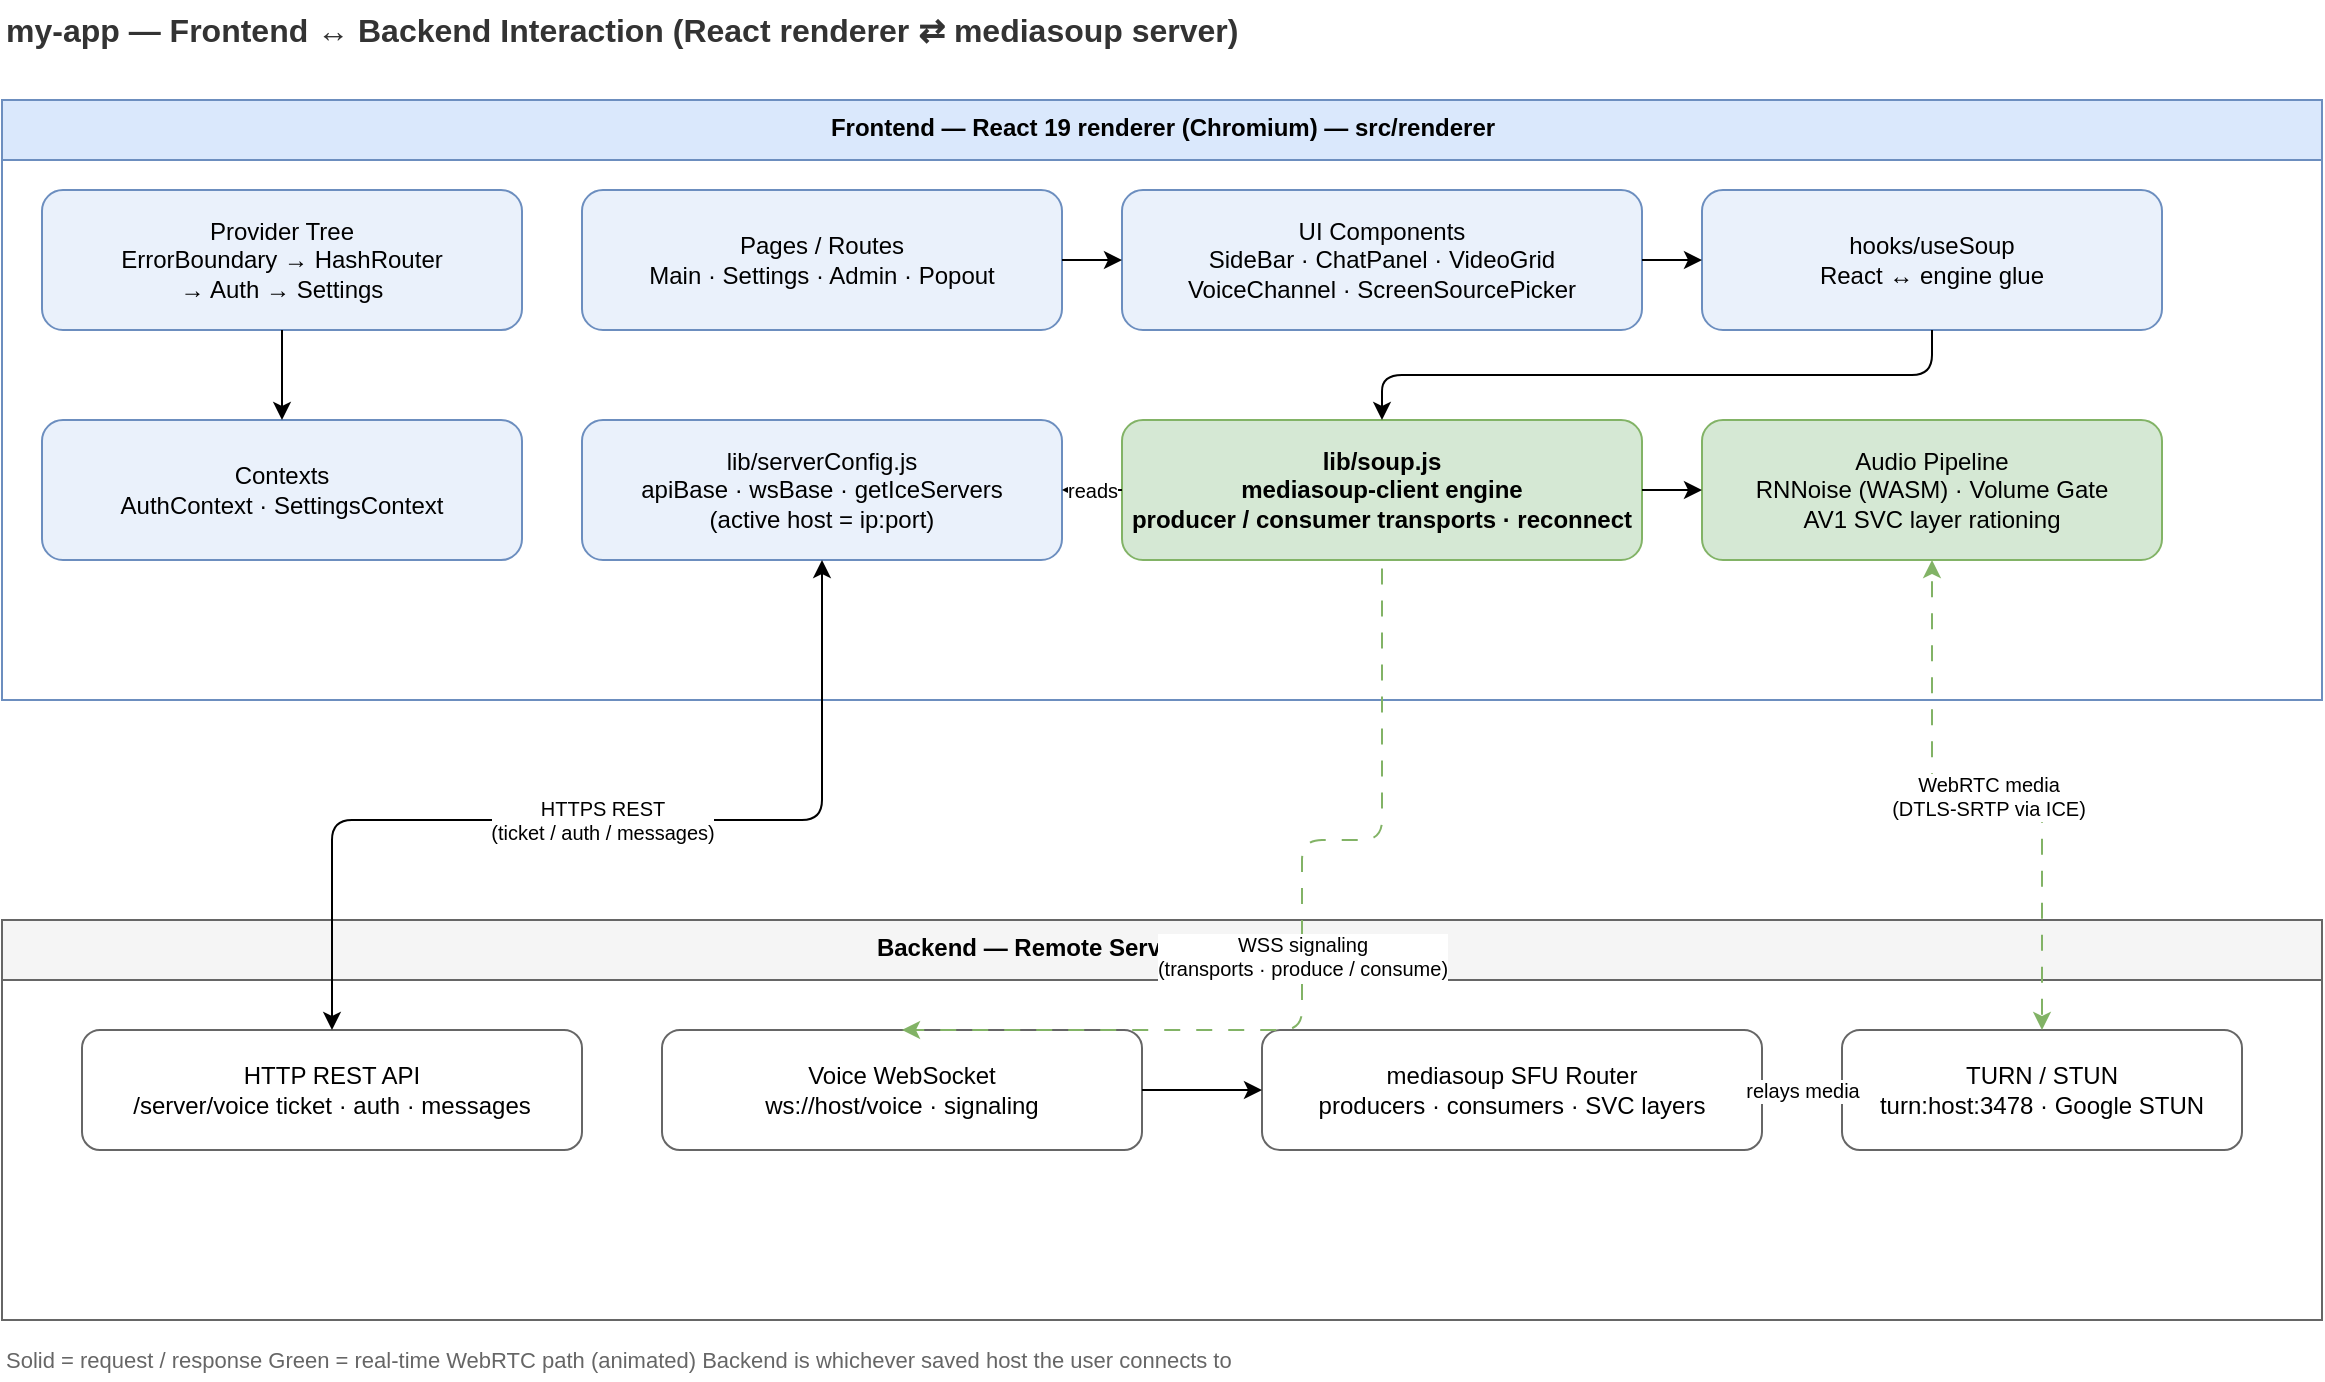
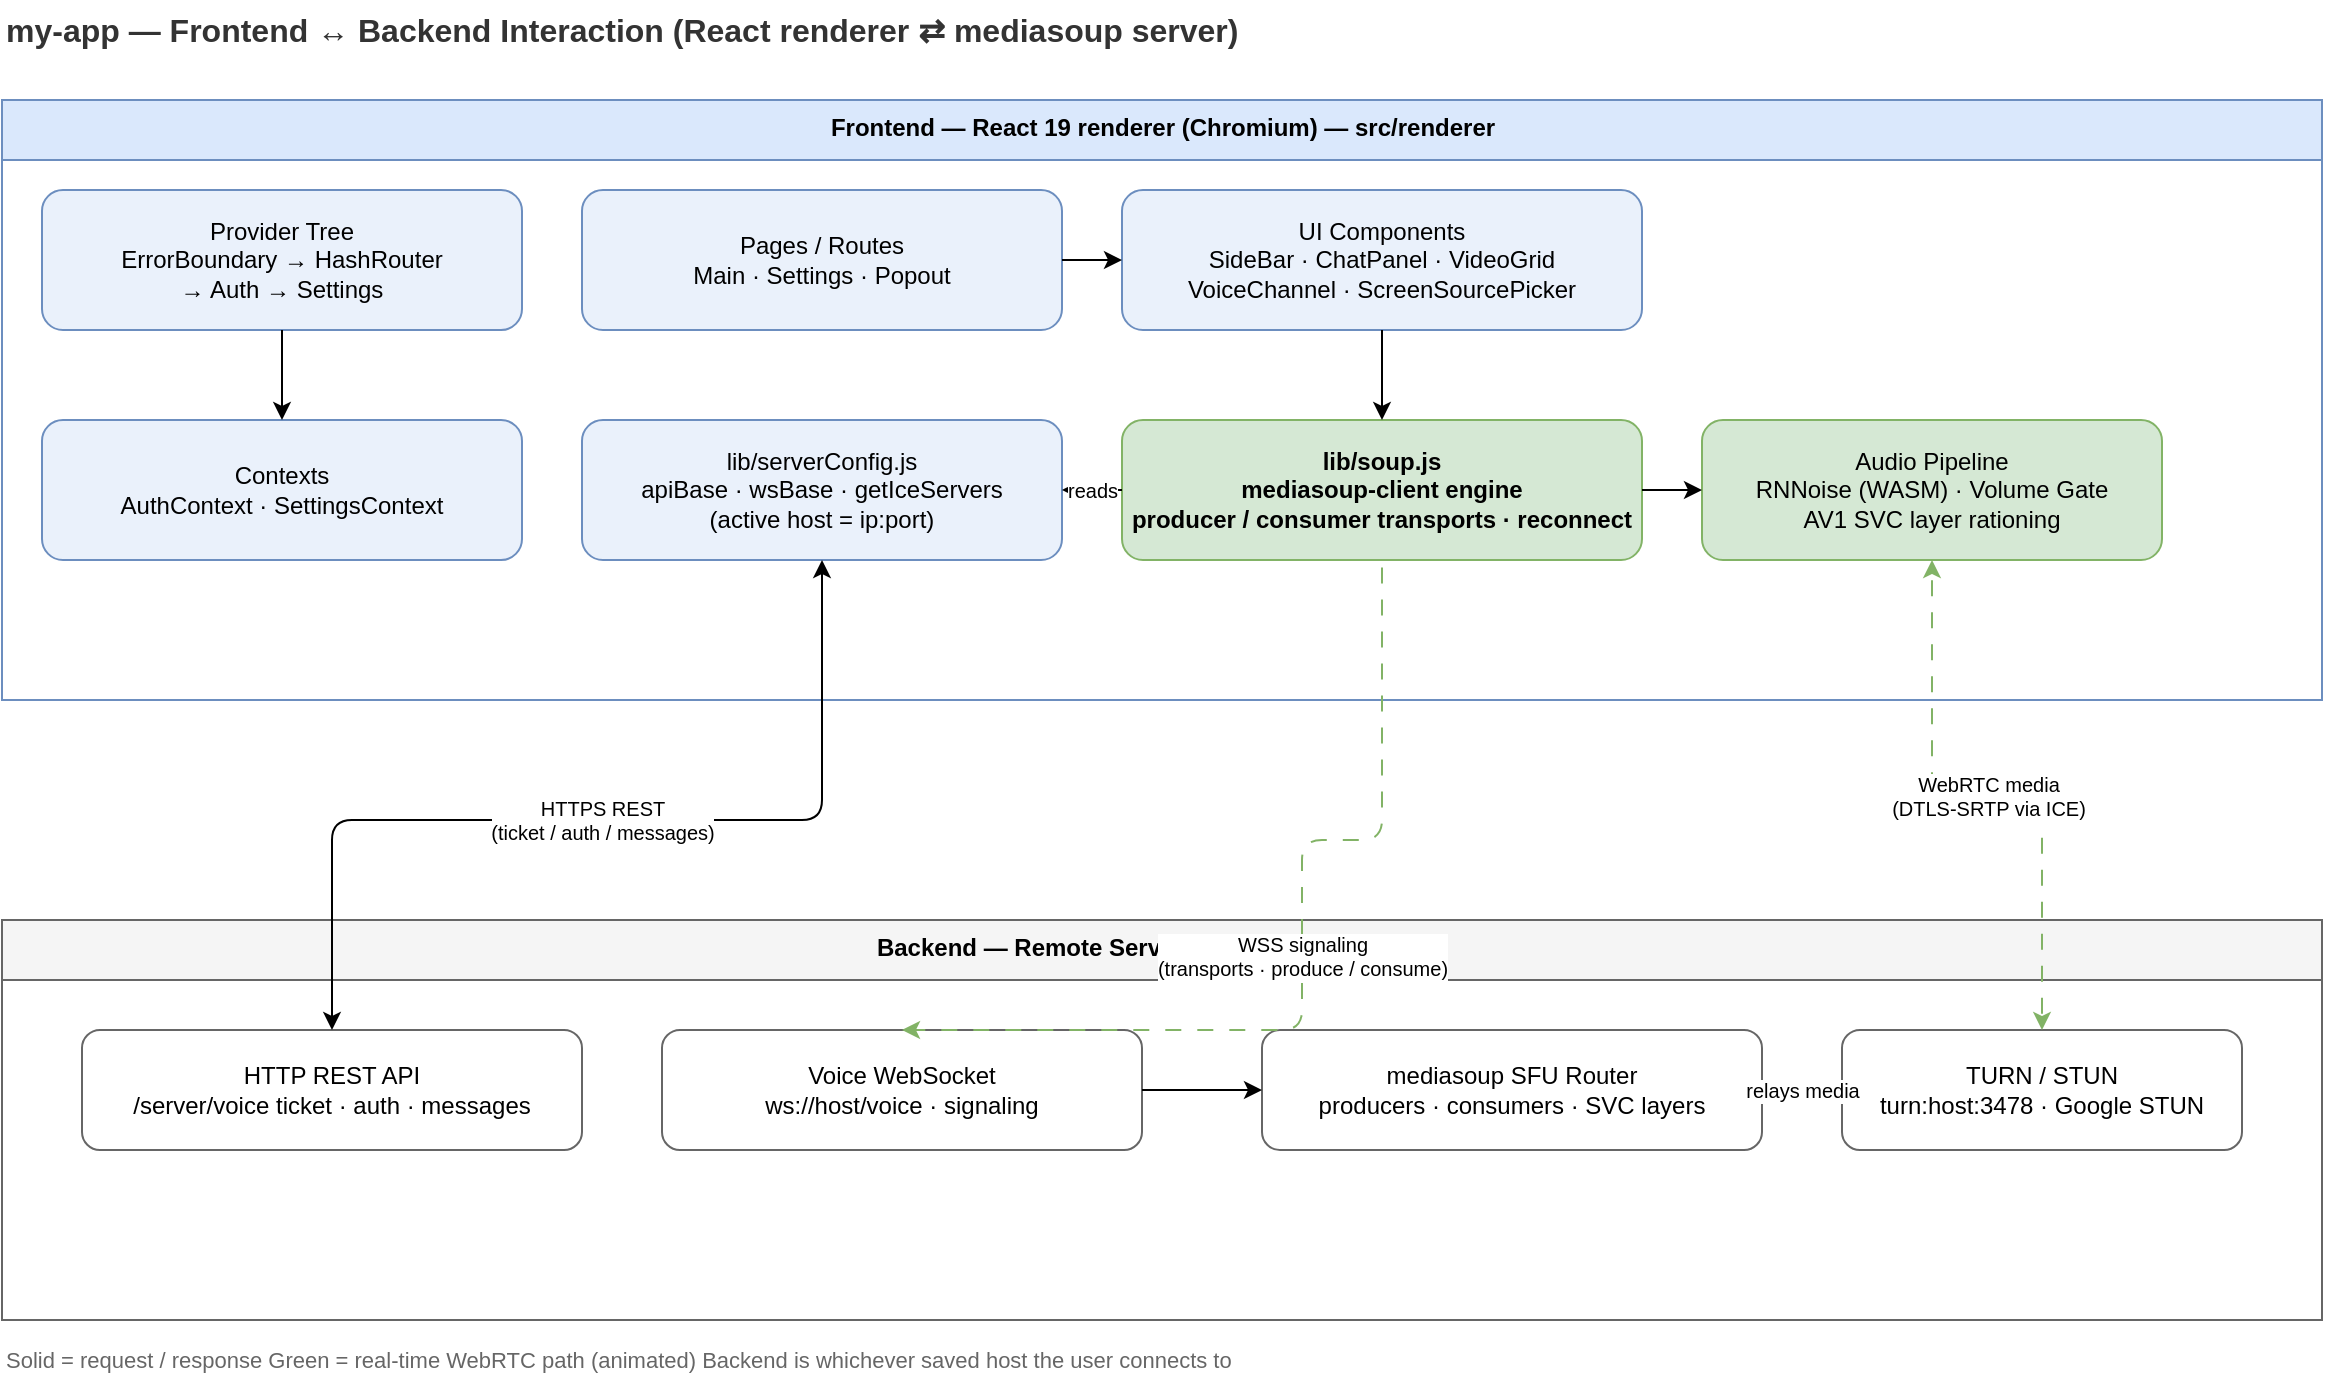
<?xml version="1.0" encoding="UTF-8"?>
<mxfile host="drawio" version="26.0.0">
  <diagram name="Frontend-Backend">
    <mxGraphModel dx="1200" dy="800" grid="1" gridSize="10" guides="1" tooltips="1" connect="1" arrows="1" fold="1" page="1" pageScale="1" pageWidth="1240" pageHeight="760" math="0" shadow="0">
      <root>
        <mxCell id="0" />
        <mxCell id="1" parent="0" />

        <!-- Title -->
        <mxCell id="title" value="my-app — Frontend ↔ Backend Interaction (React renderer ⇄ mediasoup server)" style="text;html=1;align=left;verticalAlign=middle;fontSize=16;fontStyle=1;fontColor=#333333;" vertex="1" parent="1">
          <mxGeometry x="40" y="10" width="1000" height="30" as="geometry" />
        </mxCell>

        <!-- ─────────── FRONTEND (Renderer) ─────────── -->
        <mxCell id="rend" value="Frontend — React 19 renderer (Chromium)  —  src/renderer" style="swimlane;startSize=30;html=1;fillColor=#dae8fc;strokeColor=#6c8ebf;fontStyle=1;verticalAlign=top;" vertex="1" parent="1">
          <mxGeometry x="40" y="60" width="1160" height="300" as="geometry" />
        </mxCell>

        <!-- row 1: app shell / UI -->
        <mxCell id="providers" value="Provider Tree&#xa;ErrorBoundary → HashRouter&#xa;→ Auth → Settings" style="rounded=1;whiteSpace=wrap;html=1;fillColor=#eaf1fb;strokeColor=#6c8ebf;" vertex="1" parent="rend">
          <mxGeometry x="20" y="45" width="240" height="70" as="geometry" />
        </mxCell>
-         <mxCell id="pages" value="Pages / Routes&#xa;Main · Settings · Admin · Popout" style="rounded=1;whiteSpace=wrap;html=1;fillColor=#eaf1fb;strokeColor=#6c8ebf;" vertex="1" parent="rend">
+         <mxCell id="pages" value="Pages / Routes&#xa;Main · Settings · Popout" style="rounded=1;whiteSpace=wrap;html=1;fillColor=#eaf1fb;strokeColor=#6c8ebf;" vertex="1" parent="rend">
          <mxGeometry x="290" y="45" width="240" height="70" as="geometry" />
        </mxCell>
        <mxCell id="components" value="UI Components&#xa;SideBar · ChatPanel · VideoGrid&#xa;VoiceChannel · ScreenSourcePicker" style="rounded=1;whiteSpace=wrap;html=1;fillColor=#eaf1fb;strokeColor=#6c8ebf;" vertex="1" parent="rend">
          <mxGeometry x="560" y="45" width="260" height="70" as="geometry" />
-         </mxCell>
-         <mxCell id="hooks" value="hooks/useSoup&#xa;React ↔ engine glue" style="rounded=1;whiteSpace=wrap;html=1;fillColor=#eaf1fb;strokeColor=#6c8ebf;" vertex="1" parent="rend">
-           <mxGeometry x="850" y="45" width="230" height="70" as="geometry" />
        </mxCell>

        <!-- row 2: network-facing layer -->
        <mxCell id="contexts" value="Contexts&#xa;AuthContext · SettingsContext" style="rounded=1;whiteSpace=wrap;html=1;fillColor=#eaf1fb;strokeColor=#6c8ebf;" vertex="1" parent="rend">
          <mxGeometry x="20" y="160" width="240" height="70" as="geometry" />
        </mxCell>
        <mxCell id="srvcfg" value="lib/serverConfig.js&#xa;apiBase · wsBase · getIceServers&#xa;(active host = ip:port)" style="rounded=1;whiteSpace=wrap;html=1;fillColor=#eaf1fb;strokeColor=#6c8ebf;" vertex="1" parent="rend">
          <mxGeometry x="290" y="160" width="240" height="70" as="geometry" />
        </mxCell>
        <mxCell id="soup" value="lib/soup.js&#xa;mediasoup-client engine&#xa;producer / consumer transports · reconnect" style="rounded=1;whiteSpace=wrap;html=1;fillColor=#d5e8d4;strokeColor=#82b366;fontStyle=1;" vertex="1" parent="rend">
          <mxGeometry x="560" y="160" width="260" height="70" as="geometry" />
        </mxCell>
        <mxCell id="audio" value="Audio Pipeline&#xa;RNNoise (WASM) · Volume Gate&#xa;AV1 SVC layer rationing" style="rounded=1;whiteSpace=wrap;html=1;fillColor=#d5e8d4;strokeColor=#82b366;" vertex="1" parent="rend">
          <mxGeometry x="850" y="160" width="230" height="70" as="geometry" />
        </mxCell>

        <!-- intra-frontend edges -->
        <mxCell id="e_prov_ctx" value="" style="edgeStyle=orthogonalEdgeStyle;rounded=1;orthogonalLoop=1;jettySize=auto;html=1;" edge="1" parent="rend" source="providers" target="contexts">
          <mxGeometry relative="1" as="geometry" />
        </mxCell>
        <mxCell id="e_pages_comp" value="" style="edgeStyle=orthogonalEdgeStyle;rounded=1;orthogonalLoop=1;jettySize=auto;html=1;exitX=1;exitY=0.5;exitDx=0;exitDy=0;entryX=0;entryY=0.5;entryDx=0;entryDy=0;" edge="1" parent="rend" source="pages" target="components">
          <mxGeometry relative="1" as="geometry" />
        </mxCell>
-         <mxCell id="e_comp_hooks" value="" style="edgeStyle=orthogonalEdgeStyle;rounded=1;orthogonalLoop=1;jettySize=auto;html=1;exitX=1;exitY=0.5;exitDx=0;exitDy=0;entryX=0;entryY=0.5;entryDx=0;entryDy=0;" edge="1" parent="rend" source="components" target="hooks">
-           <mxGeometry relative="1" as="geometry" />
-         </mxCell>
-         <mxCell id="e_hooks_soup" value="" style="edgeStyle=orthogonalEdgeStyle;rounded=1;orthogonalLoop=1;jettySize=auto;html=1;exitX=0.5;exitY=1;exitDx=0;exitDy=0;entryX=0.5;entryY=0;entryDx=0;entryDy=0;" edge="1" parent="rend" source="hooks" target="soup">
+         <mxCell id="e_comp_soup" value="" style="edgeStyle=orthogonalEdgeStyle;rounded=1;orthogonalLoop=1;jettySize=auto;html=1;exitX=0.5;exitY=1;exitDx=0;exitDy=0;entryX=0.5;entryY=0;entryDx=0;entryDy=0;" edge="1" parent="rend" source="components" target="soup">
          <mxGeometry relative="1" as="geometry" />
        </mxCell>
        <mxCell id="e_soup_audio" value="" style="edgeStyle=orthogonalEdgeStyle;rounded=1;orthogonalLoop=1;jettySize=auto;html=1;exitX=1;exitY=0.5;exitDx=0;exitDy=0;entryX=0;entryY=0.5;entryDx=0;entryDy=0;" edge="1" parent="rend" source="soup" target="audio">
          <mxGeometry relative="1" as="geometry" />
        </mxCell>
        <mxCell id="e_soup_cfg" value="reads" style="edgeStyle=orthogonalEdgeStyle;rounded=1;orthogonalLoop=1;jettySize=auto;html=1;fontSize=10;exitX=0;exitY=0.5;exitDx=0;exitDy=0;entryX=1;entryY=0.5;entryDx=0;entryDy=0;" edge="1" parent="rend" source="soup" target="srvcfg">
          <mxGeometry relative="1" as="geometry" />
        </mxCell>

        <!-- ─────────── BACKEND (Remote Server) ─────────── -->
        <mxCell id="server" value="Backend — Remote Server (selected host, ip:port)" style="swimlane;startSize=30;html=1;fillColor=#f5f5f5;strokeColor=#666666;fontStyle=1;verticalAlign=top;" vertex="1" parent="1">
          <mxGeometry x="40" y="470" width="1160" height="200" as="geometry" />
        </mxCell>
        <mxCell id="rest" value="HTTP REST API&#xa;/server/voice ticket · auth · messages" style="rounded=1;whiteSpace=wrap;html=1;fillColor=#ffffff;strokeColor=#666666;" vertex="1" parent="server">
          <mxGeometry x="40" y="55" width="250" height="60" as="geometry" />
        </mxCell>
        <mxCell id="vws" value="Voice WebSocket&#xa;ws://host/voice  ·  signaling" style="rounded=1;whiteSpace=wrap;html=1;fillColor=#ffffff;strokeColor=#666666;" vertex="1" parent="server">
          <mxGeometry x="330" y="55" width="240" height="60" as="geometry" />
        </mxCell>
        <mxCell id="sfu" value="mediasoup SFU Router&#xa;producers · consumers · SVC layers" style="rounded=1;whiteSpace=wrap;html=1;fillColor=#ffffff;strokeColor=#666666;" vertex="1" parent="server">
          <mxGeometry x="630" y="55" width="250" height="60" as="geometry" />
        </mxCell>
        <mxCell id="turn" value="TURN / STUN&#xa;turn:host:3478 · Google STUN" style="rounded=1;whiteSpace=wrap;html=1;fillColor=#ffffff;strokeColor=#666666;" vertex="1" parent="server">
          <mxGeometry x="920" y="55" width="200" height="60" as="geometry" />
        </mxCell>
        <mxCell id="e_vws_sfu" value="" style="edgeStyle=orthogonalEdgeStyle;rounded=1;orthogonalLoop=1;jettySize=auto;html=1;" edge="1" parent="server" source="vws" target="sfu">
          <mxGeometry relative="1" as="geometry" />
        </mxCell>
        <mxCell id="e_turn_sfu" value="relays media" style="edgeStyle=orthogonalEdgeStyle;rounded=1;orthogonalLoop=1;jettySize=auto;html=1;fontSize=10;exitX=0;exitY=0.5;exitDx=0;exitDy=0;entryX=1;entryY=0.5;entryDx=0;entryDy=0;" edge="1" parent="server" source="turn" target="sfu">
          <mxGeometry relative="1" as="geometry" />
        </mxCell>

        <!-- ─────────── FRONTEND ⇄ BACKEND NETWORK EDGES ─────────── -->
        <!-- serverConfig REST (also used by soup) -> REST API -->
        <mxCell id="x_cfg_rest" value="HTTPS REST&#xa;(ticket / auth / messages)" style="edgeStyle=orthogonalEdgeStyle;rounded=1;orthogonalLoop=1;jettySize=auto;html=1;fontSize=10;startArrow=classic;startFill=1;exitX=0.5;exitY=1;exitDx=0;exitDy=0;entryX=0.5;entryY=0;entryDx=0;entryDy=0;" edge="1" parent="1" source="srvcfg" target="rest">
          <mxGeometry relative="1" as="geometry">
            <Array as="points">
              <mxPoint x="205" y="420" />
            </Array>
          </mxGeometry>
        </mxCell>
        <!-- soup.js signaling -> Voice WebSocket -->
        <mxCell id="x_soup_vws" value="WSS signaling&#xa;(transports · produce / consume)" style="edgeStyle=orthogonalEdgeStyle;rounded=1;orthogonalLoop=1;jettySize=auto;html=1;fontSize=10;strokeColor=#82b366;flowAnimation=1;exitX=0.5;exitY=1;exitDx=0;exitDy=0;entryX=0.5;entryY=0;entryDx=0;entryDy=0;" edge="1" parent="1" source="soup" target="vws">
          <mxGeometry relative="1" as="geometry">
            <Array as="points">
              <mxPoint x="690" y="430" />
            </Array>
          </mxGeometry>
        </mxCell>
        <!-- audio/media -> TURN/STUN -> SFU -->
        <mxCell id="x_audio_turn" value="WebRTC media&#xa;(DTLS-SRTP via ICE)" style="edgeStyle=orthogonalEdgeStyle;rounded=1;orthogonalLoop=1;jettySize=auto;html=1;fontSize=10;strokeColor=#82b366;flowAnimation=1;startArrow=classic;startFill=1;exitX=0.5;exitY=1;exitDx=0;exitDy=0;entryX=0.5;entryY=0;entryDx=0;entryDy=0;" edge="1" parent="1" source="audio" target="turn">
          <mxGeometry relative="1" as="geometry" />
        </mxCell>

        <!-- Legend -->
        <mxCell id="legend" value="Solid = request / response    Green = real-time WebRTC path (animated)    Backend is whichever saved host the user connects to" style="text;html=1;align=left;verticalAlign=middle;fontSize=11;fontColor=#666666;" vertex="1" parent="1">
          <mxGeometry x="40" y="680" width="1000" height="20" as="geometry" />
        </mxCell>

      </root>
    </mxGraphModel>
  </diagram>
</mxfile>
